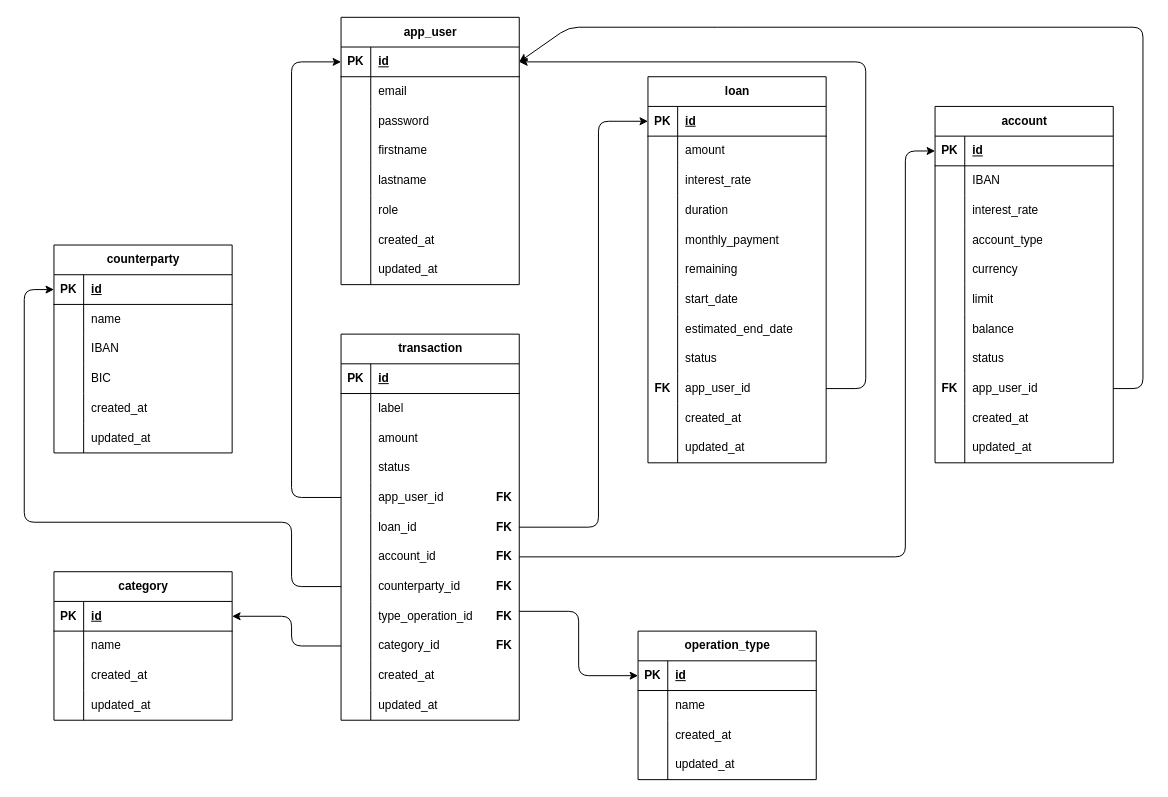
The draw.io diagram docs/MLD.drawio in Damien-Ancelin/myBank, before the edit. Source tidied: cells renumbered, new cells numbered last; positions are measured from the earlier drawing's top-left corner, leaving out a move shared by most shapes. Both pictures are drawn from the tidied source at 99%, with x=0, y=0 at pixel (24, 17).
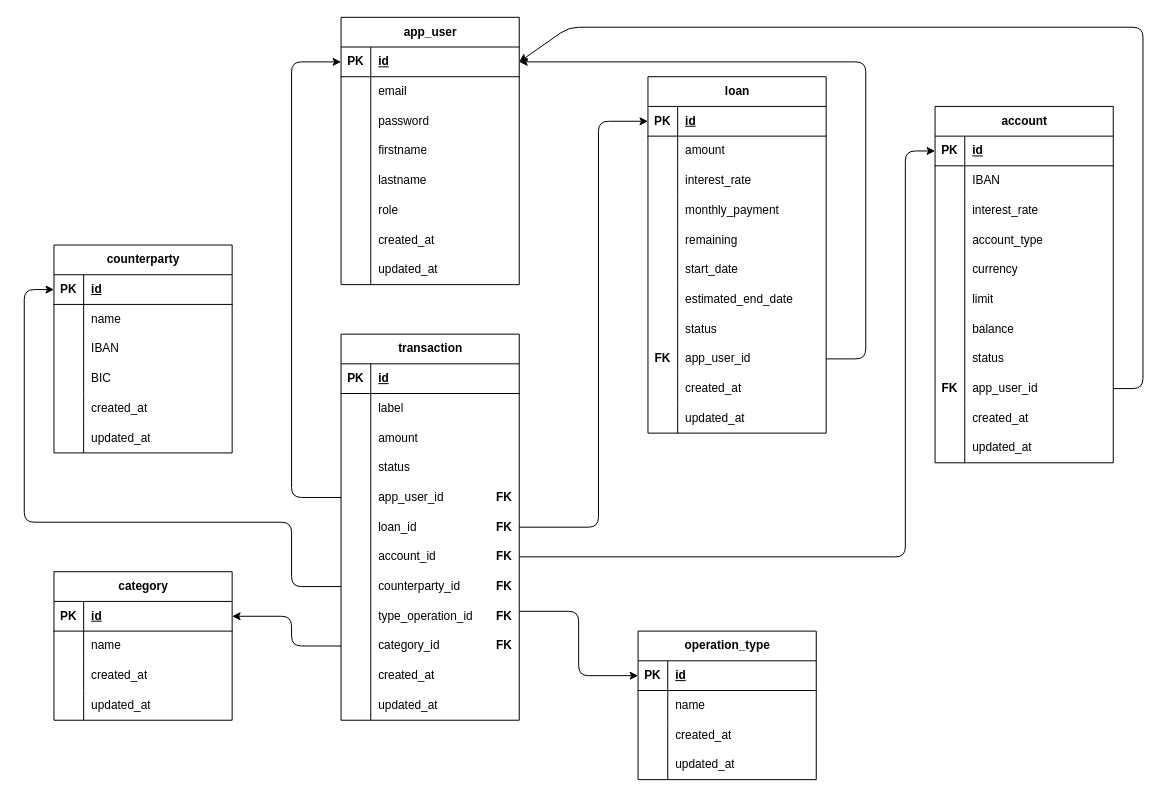
Above is the later version.

Commit message (it also covers changes not shown here):
Conception: add UML diagram ERD, Update MCD & MLD

The change refers to these unchanged cells:
```xml
<mxCell id="3" style="shape=tableRow;horizontal=0;startSize=0;swimlaneHead=0;swimlaneBody=0;fillColor=none;points=[[0,0.5],[1,0.5]];portConstraint=eastwest;top=0;left=0;right=0;bottom=1;" parent="2" vertex="1">
  <mxGeometry y="30" width="180" height="30" as="geometry" />
</mxCell>
```

Change to the diagram source:
```diff
@@
     <mxCell id="115" value="loan" style="shape=table;startSize=30;childLayout=tableLayout;rowLines=0;fontStyle=1;align=center;html=1;" parent="1" vertex="1">
-      <mxGeometry x="630" y="60" width="180" height="390" as="geometry" />
+      <mxGeometry x="630" y="60" width="180" height="360" as="geometry" />
     </mxCell>
@@
-    <mxCell id="125" style="shape=tableRow;horizontal=0;startSize=0;swimlaneHead=0;swimlaneBody=0;fillColor=none;top=0;left=0;right=0;bottom=0;" parent="115" vertex="1">
-      <mxGeometry y="120" width="180" height="30" as="geometry" />
-    </mxCell>
-    <mxCell id="126" style="shape=partialRectangle;fillColor=none;top=0;left=0;bottom=0;right=0;overflow=hidden;whiteSpace=wrap;html=1;" parent="125" vertex="1">
-      <mxGeometry width="30" height="30" as="geometry" />
-    </mxCell>
-    <mxCell id="127" value="duration" style="shape=partialRectangle;fillColor=none;top=0;left=0;bottom=0;right=0;align=left;spacingLeft=6;overflow=hidden;whiteSpace=wrap;html=1;" parent="125" vertex="1">
-      <mxGeometry x="30" width="150" height="30" as="geometry" />
-    </mxCell>
     <mxCell id="128" style="shape=tableRow;horizontal=0;startSize=0;swimlaneHead=0;swimlaneBody=0;fillColor=none;top=0;left=0;right=0;bottom=0;" parent="115" vertex="1">
-      <mxGeometry y="150" width="180" height="30" as="geometry" />
+      <mxGeometry y="120" width="180" height="30" as="geometry" />
     </mxCell>
@@
     <mxCell id="131" style="shape=tableRow;horizontal=0;startSize=0;swimlaneHead=0;swimlaneBody=0;fillColor=none;top=0;left=0;right=0;bottom=0;" parent="115" vertex="1">
-      <mxGeometry y="180" width="180" height="30" as="geometry" />
+      <mxGeometry y="150" width="180" height="30" as="geometry" />
     </mxCell>
@@
     <mxCell id="134" style="shape=tableRow;horizontal=0;startSize=0;swimlaneHead=0;swimlaneBody=0;fillColor=none;top=0;left=0;right=0;bottom=0;" parent="115" vertex="1">
-      <mxGeometry y="210" width="180" height="30" as="geometry" />
+      <mxGeometry y="180" width="180" height="30" as="geometry" />
     </mxCell>
@@
     <mxCell id="137" style="shape=tableRow;horizontal=0;startSize=0;swimlaneHead=0;swimlaneBody=0;fillColor=none;top=0;left=0;right=0;bottom=0;" parent="115" vertex="1">
-      <mxGeometry y="240" width="180" height="30" as="geometry" />
+      <mxGeometry y="210" width="180" height="30" as="geometry" />
     </mxCell>
@@
     <mxCell id="140" style="shape=tableRow;horizontal=0;startSize=0;swimlaneHead=0;swimlaneBody=0;fillColor=none;top=0;left=0;right=0;bottom=0;" parent="115" vertex="1">
-      <mxGeometry y="270" width="180" height="30" as="geometry" />
+      <mxGeometry y="240" width="180" height="30" as="geometry" />
     </mxCell>
@@
     <mxCell id="143" style="shape=tableRow;horizontal=0;startSize=0;swimlaneHead=0;swimlaneBody=0;fillColor=none;points=[[0,0.5],[1,0.5]];portConstraint=eastwest;top=0;left=0;right=0;bottom=0;" parent="115" vertex="1">
-      <mxGeometry y="300" width="180" height="30" as="geometry" />
+      <mxGeometry y="270" width="180" height="30" as="geometry" />
     </mxCell>
@@
     <mxCell id="146" style="shape=tableRow;horizontal=0;startSize=0;swimlaneHead=0;swimlaneBody=0;fillColor=none;top=0;left=0;right=0;bottom=0;" parent="115" vertex="1">
-      <mxGeometry y="330" width="180" height="30" as="geometry" />
+      <mxGeometry y="300" width="180" height="30" as="geometry" />
     </mxCell>
@@
     <mxCell id="149" style="shape=tableRow;horizontal=0;startSize=0;swimlaneHead=0;swimlaneBody=0;fillColor=none;top=0;left=0;right=0;bottom=0;" parent="115" vertex="1">
-      <mxGeometry y="360" width="180" height="30" as="geometry" />
+      <mxGeometry y="330" width="180" height="30" as="geometry" />
     </mxCell>
@@
     <mxCell id="187" value="FK" style="shape=partialRectangle;fillColor=none;top=0;left=0;bottom=0;right=0;fontStyle=1;overflow=hidden;whiteSpace=wrap;html=1;" parent="1" vertex="1">
-      <mxGeometry x="630" y="360" width="30" height="30" as="geometry" />
+      <mxGeometry x="630" y="330" width="30" height="30" as="geometry" />
     </mxCell>
@@
     <mxCell id="195" style="edgeStyle=none;html=1;entryX=1;entryY=0.5;entryDx=0;entryDy=0;" parent="1" edge="1" source="143" target="3">
       <mxGeometry relative="1" as="geometry">
         <Array as="points">
-          <mxPoint x="850" y="375" />
+          <mxPoint x="850" y="345" />
           <mxPoint x="850" y="45" />
         </Array>
       </mxGeometry>
     </mxCell>
```
